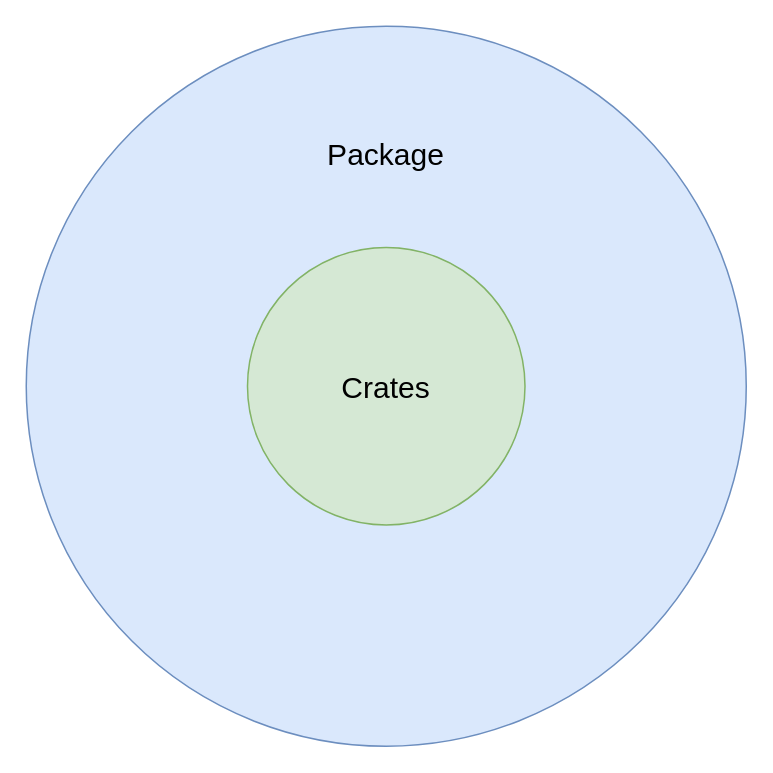
Before: mastering-rust/package and crate.drawio in 0xyicheng/a-research-diagram, a draw.io diagram. Source tidied: cells renumbered, new cells numbered last; positions are measured from the earlier drawing's top-left corner, leaving out a move shared by most shapes. Both pictures are drawn from the tidied source at 150%, with x=0, y=0 at pixel (26, 26).
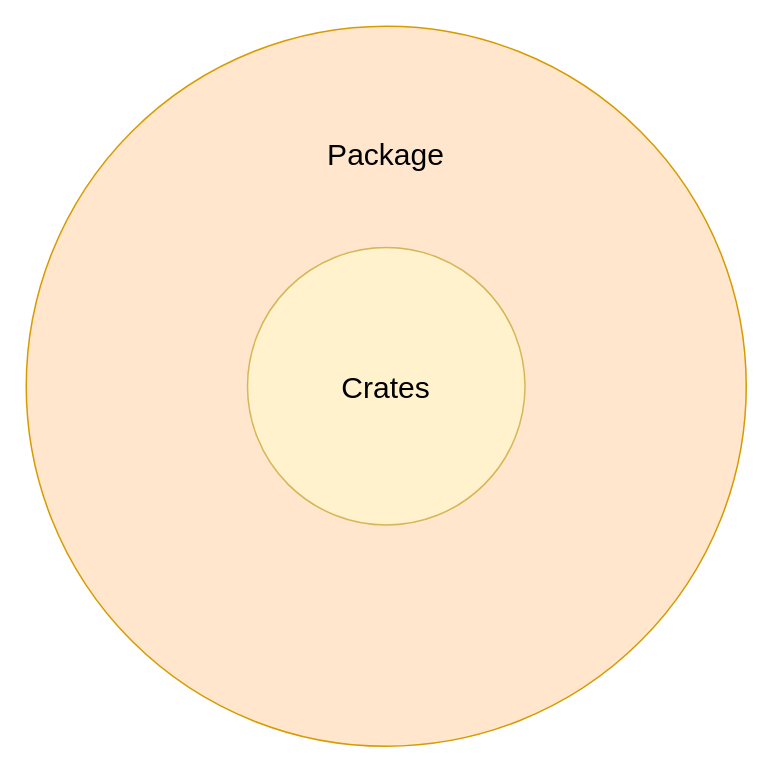
After the change.

The edit, as a diff of the source:
```diff
@@
 <mxGraphModel>
   <root>
     <mxCell id="0" />
     <mxCell id="1" parent="0" />
-    <mxCell id="2" style="ellipse;whiteSpace=wrap;html=1;fillColor=#dae8fc;strokeColor=#6c8ebf;" parent="1" vertex="1">
+    <mxCell id="2" style="ellipse;whiteSpace=wrap;html=1;fillColor=#ffe6cc;strokeColor=#d79b00;" parent="1" vertex="1">
       <mxGeometry width="480" height="480" as="geometry" />
     </mxCell>
-    <mxCell id="3" style="ellipse;whiteSpace=wrap;html=1;fillColor=#d5e8d4;strokeColor=#82b366;" parent="1" vertex="1">
+    <mxCell id="3" style="ellipse;whiteSpace=wrap;html=1;fillColor=#fff2cc;strokeColor=#d6b656;" parent="1" vertex="1">
       <mxGeometry x="147.5" y="147.5" width="185" height="185" as="geometry" />
     </mxCell>
     <mxCell id="4" value="&lt;font style=&quot;font-size: 20px;&quot;&gt;Package&lt;/font&gt;" style="text;html=1;strokeColor=none;fillColor=none;align=center;verticalAlign=middle;whiteSpace=wrap;rounded=0;" parent="1" vertex="1">
       <mxGeometry x="210" y="70" width="60" height="30" as="geometry" />
     </mxCell>
     <mxCell id="5" value="&lt;font style=&quot;font-size: 20px;&quot;&gt;Crates&lt;/font&gt;" style="text;html=1;strokeColor=none;fillColor=none;align=center;verticalAlign=middle;whiteSpace=wrap;rounded=0;" parent="1" vertex="1">
       <mxGeometry x="210" y="225" width="60" height="30" as="geometry" />
     </mxCell>
   </root>
 </mxGraphModel>
```
